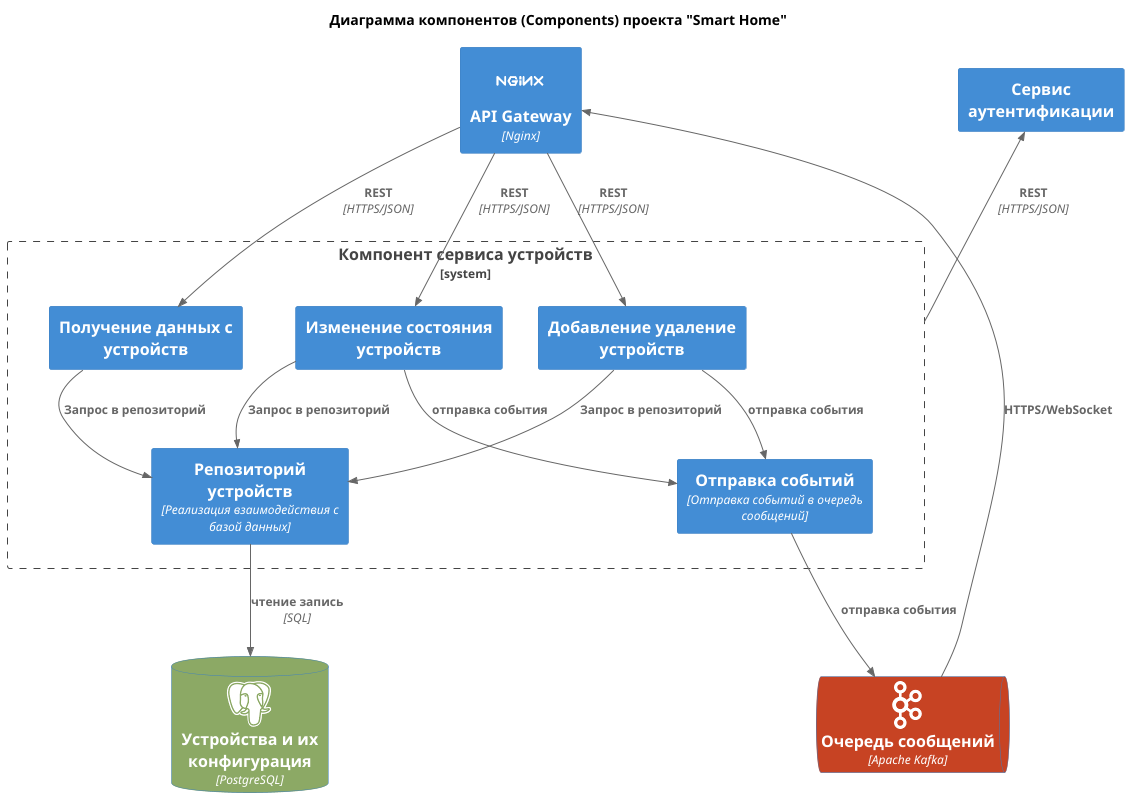
The PlantUML diagram diagrams/2_component_diagram.png in Alligator-bot-821/architecture-sprint-3, before a commit.
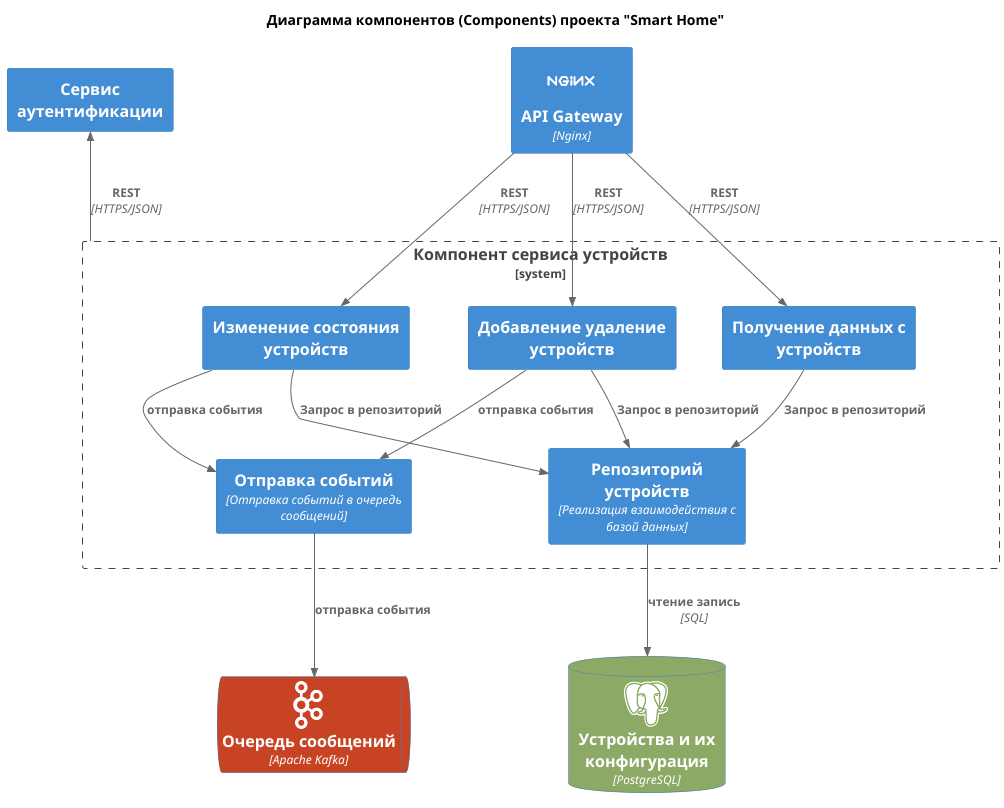
The same diagram one commit later.

The edit, as a diff of the source:
```diff
@@ -45,8 +45,5 @@
 Rel_D(componentSet, componentMessageQueue, "отправка события")
 Rel_D(componentDevice, componentMessageQueue, "отправка события")
 Rel_D(componentMessageQueue, messageQueue, "отправка события")
-Rel_U(messageQueue, apiGateway, "HTTPS/WebSocket")
-
-
 
 @enduml
```
